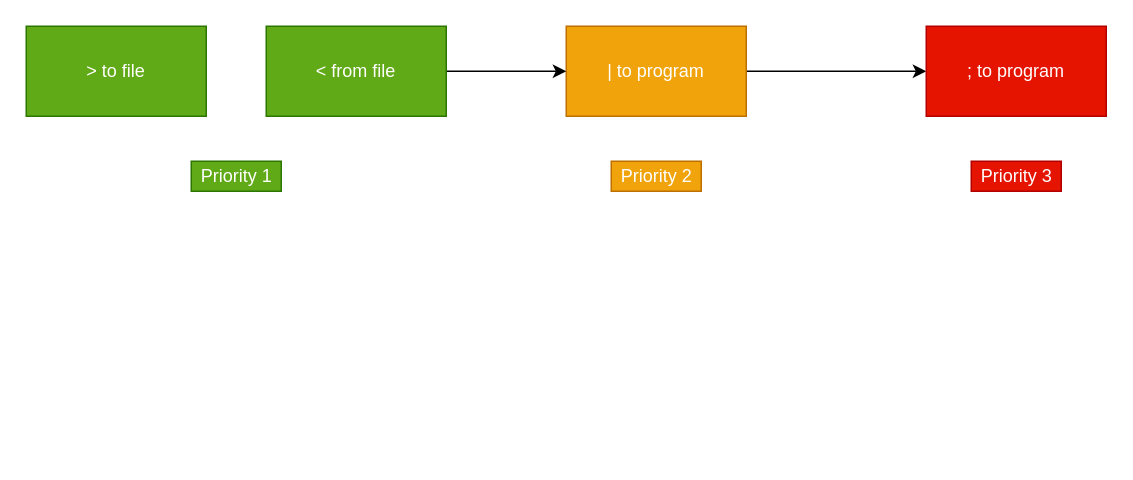
Above: graph.drawio in fbuthod/minishell (draw.io), before the change. Source tidied: cells renumbered, new cells numbered last; positions are measured from the earlier drawing's top-left corner, leaving out a move shared by most shapes. Both pictures are drawn from the tidied source at 150%, with x=0, y=0 at pixel (26, 26).
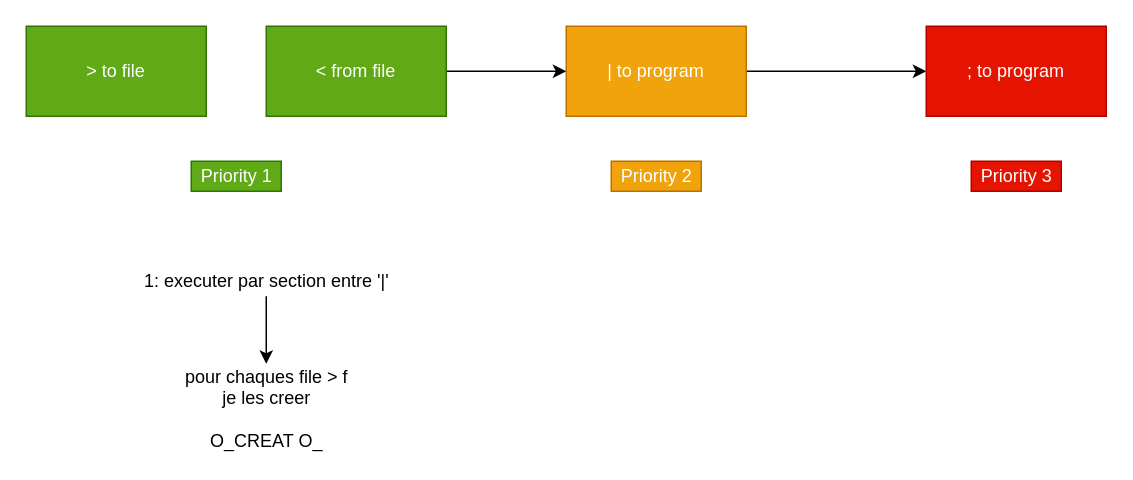
The same page after the edit.

The edit, as a diff of the source:
```diff
@@
 <mxGraphModel>
   <root>
     <mxCell id="0" />
     <mxCell id="1" parent="0" />
     <mxCell id="2" value="&amp;gt; to file&lt;br&gt;" style="rounded=0;whiteSpace=wrap;html=1;fillColor=#60a917;strokeColor=#2D7600;fontColor=#ffffff;" parent="1" vertex="1">
       <mxGeometry width="120" height="60" as="geometry" />
     </mxCell>
     <mxCell id="3" style="edgeStyle=orthogonalEdgeStyle;rounded=0;jettySize=auto;html=1;exitX=1;exitY=0.5;exitDx=0;exitDy=0;entryX=0;entryY=0.5;entryDx=0;entryDy=0;" parent="1" edge="1" source="4" target="10">
       <mxGeometry relative="1" as="geometry" />
     </mxCell>
     <mxCell id="4" value="| to program" style="rounded=0;whiteSpace=wrap;html=1;fillColor=#f0a30a;strokeColor=#BD7000;fontColor=#ffffff;" parent="1" vertex="1">
       <mxGeometry x="360" width="120" height="60" as="geometry" />
     </mxCell>
     <mxCell id="5" style="edgeStyle=orthogonalEdgeStyle;rounded=0;jettySize=auto;html=1;exitX=1;exitY=0.5;exitDx=0;exitDy=0;entryX=0;entryY=0.5;entryDx=0;entryDy=0;" parent="1" edge="1" source="6" target="4">
       <mxGeometry relative="1" as="geometry" />
     </mxCell>
     <mxCell id="6" value="&amp;lt; from file" style="rounded=0;whiteSpace=wrap;html=1;fillColor=#60a917;strokeColor=#2D7600;fontColor=#ffffff;" parent="1" vertex="1">
       <mxGeometry x="160" width="120" height="60" as="geometry" />
     </mxCell>
     <mxCell id="7" style="edgeStyle=orthogonalEdgeStyle;rounded=0;orthogonalLoop=1;jettySize=auto;html=1;" parent="1" edge="1">
       <mxGeometry relative="1" as="geometry">
         <mxPoint x="183" y="370" as="sourcePoint" />
       </mxGeometry>
     </mxCell>
     <mxCell id="8" value="Priority 1" style="text;html=1;align=center;verticalAlign=middle;fillColor=#60a917;strokeColor=#2D7600;fontColor=#ffffff;" parent="1" vertex="1">
       <mxGeometry x="110" y="90" width="60" height="20" as="geometry" />
     </mxCell>
     <mxCell id="9" value="Priority 2" style="text;html=1;align=center;verticalAlign=middle;fillColor=#f0a30a;strokeColor=#BD7000;fontColor=#ffffff;" parent="1" vertex="1">
       <mxGeometry x="390" y="90" width="60" height="20" as="geometry" />
     </mxCell>
     <mxCell id="10" value="; to program" style="rounded=0;whiteSpace=wrap;html=1;fillColor=#e51400;strokeColor=#B20000;fontColor=#ffffff;" parent="1" vertex="1">
       <mxGeometry x="600" width="120" height="60" as="geometry" />
     </mxCell>
     <mxCell id="11" value="Priority 3" style="text;html=1;align=center;verticalAlign=middle;fillColor=#e51400;strokeColor=#B20000;fontColor=#ffffff;" parent="1" vertex="1">
       <mxGeometry x="630" y="90" width="60" height="20" as="geometry" />
     </mxCell>
+    <mxCell id="12" style="edgeStyle=orthogonalEdgeStyle;rounded=0;jettySize=auto;html=1;" parent="1" edge="1" source="13" target="14">
+      <mxGeometry relative="1" as="geometry" />
+    </mxCell>
+    <mxCell id="13" value="1: executer par section entre '|'" style="text;html=1;align=center;verticalAlign=middle;points=[];" parent="1" vertex="1">
+      <mxGeometry x="70" y="160" width="180" height="20" as="geometry" />
+    </mxCell>
+    <mxCell id="14" value="pour chaques file &amp;gt; f&lt;br&gt;je les creer&lt;br&gt;&lt;br&gt;O_CREAT O_" style="text;html=1;align=center;verticalAlign=middle;points=[];" parent="1" vertex="1">
+      <mxGeometry x="100" y="225" width="120" height="60" as="geometry" />
+    </mxCell>
   </root>
 </mxGraphModel>
```
